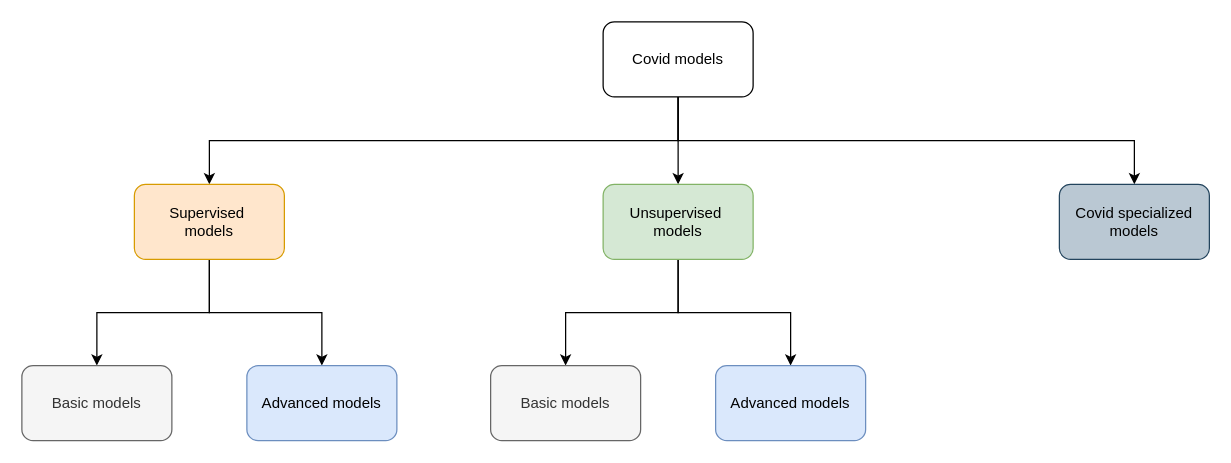
This is page "Main" (1 of 3) of models/ds_covid19_modeling.drawio from rehabaam/ds_covid19_project, a draw.io file, before an edit. Source tidied: cells renumbered, new cells numbered last; positions are measured from the earlier drawing's top-left corner, leaving out a move shared by most shapes. Both pictures are drawn from the tidied source at 125%, with x=0, y=0 at pixel (21, 21).
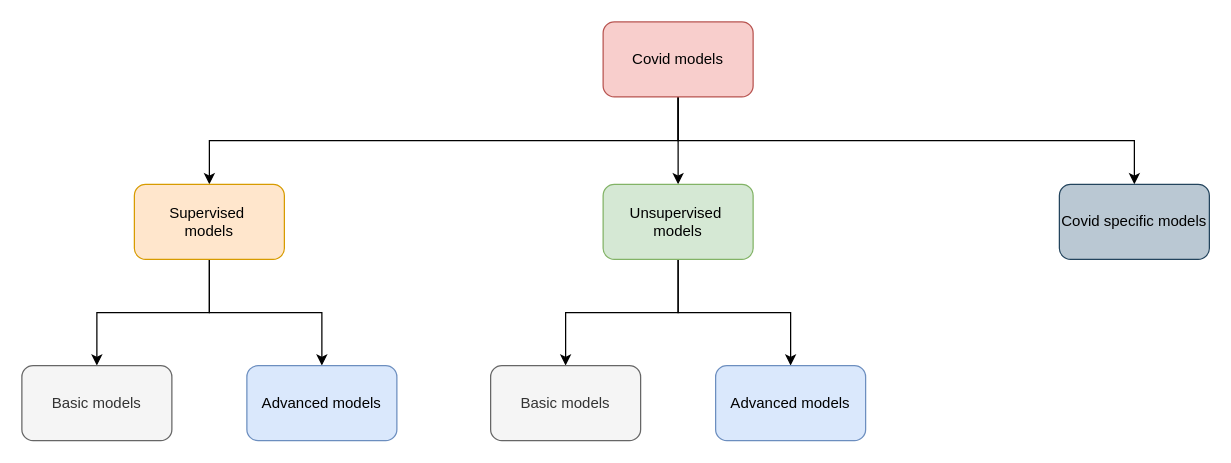
The same page after the edit.

Commit message:
chore(models): updating models diagram

What changed in the source:
```diff
@@
 <mxGraphModel>
   <root>
     <mxCell id="0" />
     <mxCell id="1" parent="0" />
     <mxCell id="2" style="edgeStyle=orthogonalEdgeStyle;rounded=0;jettySize=auto;html=1;exitX=0.5;exitY=1;exitDx=0;exitDy=0;entryX=0.5;entryY=0;entryDx=0;entryDy=0;" parent="1" edge="1" source="5" target="8">
       <mxGeometry relative="1" as="geometry" />
     </mxCell>
     <mxCell id="3" style="edgeStyle=orthogonalEdgeStyle;rounded=0;jettySize=auto;html=1;exitX=0.5;exitY=1;exitDx=0;exitDy=0;entryX=0.5;entryY=0;entryDx=0;entryDy=0;" parent="1" edge="1" source="5" target="11">
       <mxGeometry relative="1" as="geometry" />
     </mxCell>
     <mxCell id="4" style="edgeStyle=orthogonalEdgeStyle;rounded=0;jettySize=auto;html=1;exitX=0.5;exitY=1;exitDx=0;exitDy=0;entryX=0.5;entryY=0;entryDx=0;entryDy=0;" parent="1" edge="1" source="5" target="16">
       <mxGeometry relative="1" as="geometry" />
     </mxCell>
-    <mxCell id="5" value="Covid models" style="rounded=1;whiteSpace=wrap;html=1;" parent="1" vertex="1">
+    <mxCell id="5" value="Covid models" style="rounded=1;whiteSpace=wrap;html=1;fillColor=#f8cecc;strokeColor=#b85450;" parent="1" vertex="1">
       <mxGeometry x="465" width="120" height="60" as="geometry" />
     </mxCell>
     <mxCell id="6" style="edgeStyle=orthogonalEdgeStyle;rounded=0;jettySize=auto;html=1;exitX=0.5;exitY=1;exitDx=0;exitDy=0;entryX=0.5;entryY=0;entryDx=0;entryDy=0;" parent="1" edge="1" source="8" target="12">
       <mxGeometry relative="1" as="geometry" />
     </mxCell>
     <mxCell id="7" style="edgeStyle=orthogonalEdgeStyle;rounded=0;jettySize=auto;html=1;exitX=0.5;exitY=1;exitDx=0;exitDy=0;entryX=0.5;entryY=0;entryDx=0;entryDy=0;" parent="1" edge="1" source="8" target="13">
       <mxGeometry relative="1" as="geometry" />
     </mxCell>
     <mxCell id="8" value="Supervised&amp;nbsp;&lt;div&gt;models&lt;/div&gt;" style="rounded=1;whiteSpace=wrap;html=1;fillColor=#ffe6cc;strokeColor=#d79b00;" parent="1" vertex="1">
       <mxGeometry x="90" y="130" width="120" height="60" as="geometry" />
     </mxCell>
     <mxCell id="9" style="edgeStyle=orthogonalEdgeStyle;rounded=0;jettySize=auto;html=1;exitX=0.5;exitY=1;exitDx=0;exitDy=0;entryX=0.5;entryY=0;entryDx=0;entryDy=0;" parent="1" edge="1" source="11" target="14">
       <mxGeometry relative="1" as="geometry" />
     </mxCell>
     <mxCell id="10" style="edgeStyle=orthogonalEdgeStyle;rounded=0;jettySize=auto;html=1;exitX=0.5;exitY=1;exitDx=0;exitDy=0;" parent="1" edge="1" source="11" target="15">
       <mxGeometry relative="1" as="geometry" />
     </mxCell>
     <mxCell id="11" value="Unsupervised&amp;nbsp;&lt;div&gt;models&lt;/div&gt;" style="rounded=1;whiteSpace=wrap;html=1;fillColor=#d5e8d4;strokeColor=#82b366;" parent="1" vertex="1">
       <mxGeometry x="465" y="130" width="120" height="60" as="geometry" />
     </mxCell>
     <mxCell id="12" value="Basic models" style="rounded=1;whiteSpace=wrap;html=1;fillColor=#f5f5f5;strokeColor=#666666;fontColor=#333333;" parent="1" vertex="1">
       <mxGeometry y="275" width="120" height="60" as="geometry" />
     </mxCell>
     <mxCell id="13" value="Advanced models" style="rounded=1;whiteSpace=wrap;html=1;fillColor=#dae8fc;strokeColor=#6c8ebf;" parent="1" vertex="1">
       <mxGeometry x="180" y="275" width="120" height="60" as="geometry" />
     </mxCell>
     <mxCell id="14" value="Basic models" style="rounded=1;whiteSpace=wrap;html=1;fillColor=#f5f5f5;fontColor=#333333;strokeColor=#666666;" parent="1" vertex="1">
       <mxGeometry x="375" y="275" width="120" height="60" as="geometry" />
     </mxCell>
     <mxCell id="15" value="Advanced models" style="rounded=1;whiteSpace=wrap;html=1;fillColor=#dae8fc;strokeColor=#6c8ebf;" parent="1" vertex="1">
       <mxGeometry x="555" y="275" width="120" height="60" as="geometry" />
     </mxCell>
-    <mxCell id="16" value="Covid specialized models" style="rounded=1;whiteSpace=wrap;html=1;fillColor=#bac8d3;strokeColor=#23445d;" parent="1" vertex="1">
+    <mxCell id="16" value="Covid specific models" style="rounded=1;whiteSpace=wrap;html=1;fillColor=#bac8d3;strokeColor=#23445d;" parent="1" vertex="1">
       <mxGeometry x="830" y="130" width="120" height="60" as="geometry" />
     </mxCell>
   </root>
 </mxGraphModel>
```
